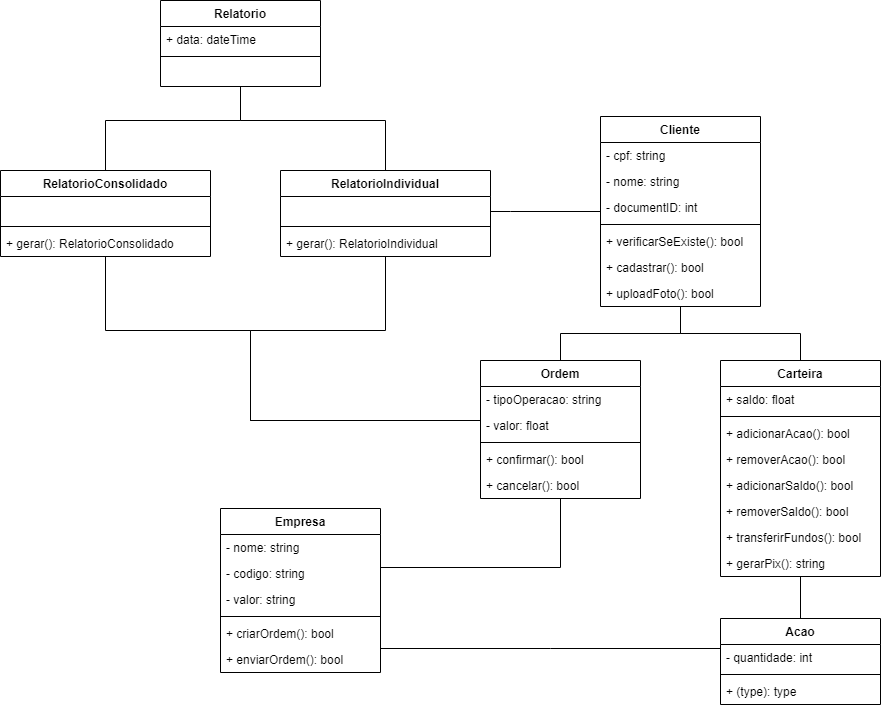
The draw.io diagram MarketClasses.drawio.png in EijiDogen/FEI_MDSMarket, before a commit. Source tidied: cells renumbered, new cells last; positions are measured from the earlier drawing's top-left corner, leaving out a move shared by most shapes.
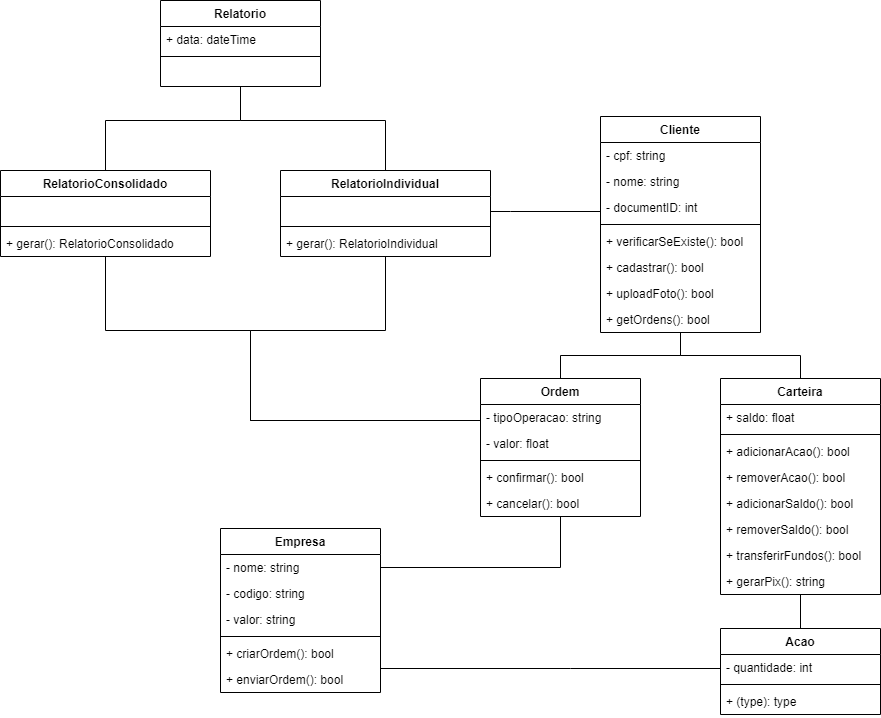
The same diagram one commit later.

Change to the diagram source:
```diff
@@ -9,7 +9,7 @@
       <mxGeometry relative="1" as="geometry" />
     </mxCell>
     <mxCell id="4" value="Cliente" style="swimlane;fontStyle=1;align=center;verticalAlign=top;horizontal=1;startSize=26;" parent="1" vertex="1">
-      <mxGeometry x="600" y="116" width="160" height="190" as="geometry" />
+      <mxGeometry x="600" y="116" width="160" height="216" as="geometry" />
     </mxCell>
     <mxCell id="5" value="- cpf: string" style="text;strokeColor=none;fillColor=none;align=left;verticalAlign=top;spacingLeft=4;spacingRight=4;overflow=hidden;" parent="4" vertex="1">
       <mxGeometry y="26" width="160" height="26" as="geometry" />
@@ -29,14 +29,17 @@
     <mxCell id="10" value="+ cadastrar(): bool" style="text;strokeColor=none;fillColor=none;align=left;verticalAlign=top;spacingLeft=4;spacingRight=4;overflow=hidden;" parent="4" vertex="1">
       <mxGeometry y="138" width="160" height="26" as="geometry" />
     </mxCell>
+    <mxCell id="58" value="+ uploadFoto(): bool" style="text;strokeColor=none;fillColor=none;align=left;verticalAlign=top;spacingLeft=4;spacingRight=4;overflow=hidden;" parent="4" vertex="1">
+      <mxGeometry y="164" width="160" height="26" as="geometry" />
+    </mxCell>
-    <mxCell id="11" value="+ uploadFoto(): bool" style="text;strokeColor=none;fillColor=none;align=left;verticalAlign=top;spacingLeft=4;spacingRight=4;overflow=hidden;" parent="4" vertex="1">
-      <mxGeometry y="164" width="160" height="26" as="geometry" />
+    <mxCell id="11" value="+ getOrdens(): bool" style="text;strokeColor=none;fillColor=none;align=left;verticalAlign=top;spacingLeft=4;spacingRight=4;overflow=hidden;" parent="4" vertex="1">
+      <mxGeometry y="190" width="160" height="26" as="geometry" />
     </mxCell>
     <mxCell id="12" style="edgeStyle=orthogonalEdgeStyle;rounded=0;jettySize=auto;html=1;endArrow=none;endFill=0;" parent="1" edge="1" source="13" target="23">
       <mxGeometry relative="1" as="geometry" />
     </mxCell>
     <mxCell id="13" value="Carteira" style="swimlane;fontStyle=1;align=center;verticalAlign=top;horizontal=1;startSize=26;" parent="1" vertex="1">
-      <mxGeometry x="720" y="360" width="160" height="216" as="geometry" />
+      <mxGeometry x="720" y="378" width="160" height="216" as="geometry" />
     </mxCell>
     <mxCell id="14" value="+ saldo: float" style="text;strokeColor=none;fillColor=none;align=left;verticalAlign=top;spacingLeft=4;spacingRight=4;overflow=hidden;" parent="13" vertex="1">
       <mxGeometry y="26" width="160" height="26" as="geometry" />
@@ -65,13 +68,13 @@
     <mxCell id="22" style="edgeStyle=orthogonalEdgeStyle;rounded=0;jettySize=auto;html=1;endArrow=none;endFill=0;" parent="1" edge="1" source="23" target="51">
       <mxGeometry relative="1" as="geometry">
         <Array as="points">
-          <mxPoint x="550" y="648" />
-          <mxPoint x="550" y="648" />
+          <mxPoint x="570" y="668" />
+          <mxPoint x="570" y="668" />
         </Array>
       </mxGeometry>
     </mxCell>
     <mxCell id="23" value="Acao" style="swimlane;fontStyle=1;align=center;verticalAlign=top;horizontal=1;startSize=26;" parent="1" vertex="1">
-      <mxGeometry x="720" y="618" width="160" height="86" as="geometry" />
+      <mxGeometry x="720" y="628" width="160" height="86" as="geometry" />
     </mxCell>
     <mxCell id="24" value="- quantidade: int" style="text;strokeColor=none;fillColor=none;align=left;verticalAlign=top;spacingLeft=4;spacingRight=4;overflow=hidden;" parent="23" vertex="1">
       <mxGeometry y="26" width="160" height="26" as="geometry" />
@@ -83,7 +86,7 @@
       <mxGeometry y="60" width="160" height="26" as="geometry" />
     </mxCell>
     <mxCell id="27" value="Ordem" style="swimlane;fontStyle=1;align=center;verticalAlign=top;horizontal=1;startSize=26;" parent="1" vertex="1">
-      <mxGeometry x="480" y="360" width="160" height="138" as="geometry" />
+      <mxGeometry x="480" y="378" width="160" height="138" as="geometry" />
     </mxCell>
     <mxCell id="28" value="- tipoOperacao: string" style="text;strokeColor=none;fillColor=none;align=left;verticalAlign=top;spacingLeft=4;spacingRight=4;overflow=hidden;" parent="27" vertex="1">
       <mxGeometry y="26" width="160" height="26" as="geometry" />
@@ -186,7 +189,7 @@
       </mxGeometry>
     </mxCell>
     <mxCell id="51" value="Empresa" style="swimlane;fontStyle=1;align=center;verticalAlign=top;horizontal=1;startSize=26;" parent="1" vertex="1">
-      <mxGeometry x="220" y="508" width="160" height="164" as="geometry" />
+      <mxGeometry x="220" y="528" width="160" height="164" as="geometry" />
     </mxCell>
     <mxCell id="52" value="- nome: string" style="text;strokeColor=none;fillColor=none;align=left;verticalAlign=top;spacingLeft=4;spacingRight=4;overflow=hidden;" parent="51" vertex="1">
       <mxGeometry y="26" width="160" height="26" as="geometry" />
```
